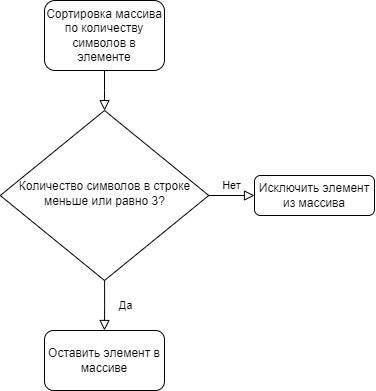
Earlier version of the draw.io export Блок схема.png (magnetic2288/r2). Source tidied: cells renumbered, new cells last; positions are measured from the earlier drawing's top-left corner, leaving out a move shared by most shapes.
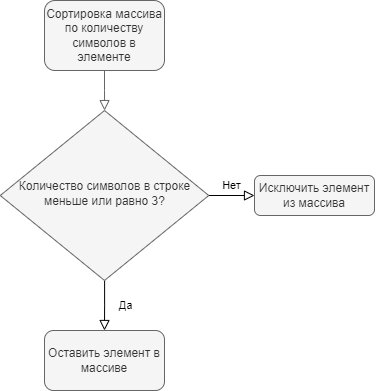
Above is the later version.

What changed in the source:
```diff
@@ -2,10 +2,10 @@
   <root>
     <mxCell id="0" />
     <mxCell id="1" parent="0" />
-    <mxCell id="2" style="rounded=0;html=1;jettySize=auto;fontSize=11;endArrow=block;endFill=0;endSize=8;strokeWidth=1;shadow=0;labelBackgroundColor=none;edgeStyle=orthogonalEdgeStyle;" parent="1" edge="1" source="3" target="7">
+    <mxCell id="2" style="rounded=0;html=1;jettySize=auto;fontSize=11;endArrow=block;endFill=0;endSize=8;strokeWidth=1;shadow=0;labelBackgroundColor=none;edgeStyle=orthogonalEdgeStyle;fillColor=#f5f5f5;strokeColor=#666666;" parent="1" edge="1" source="3" target="7">
       <mxGeometry relative="1" as="geometry" />
     </mxCell>
-    <mxCell id="3" value="Сортировка массива по количеству символов в элементе" style="rounded=1;whiteSpace=wrap;html=1;fontSize=12;glass=0;strokeWidth=1;shadow=0;" parent="1" vertex="1">
+    <mxCell id="3" value="Сортировка массива по количеству символов в элементе" style="rounded=1;whiteSpace=wrap;html=1;fontSize=12;glass=0;strokeWidth=1;shadow=0;fillColor=#f5f5f5;fontColor=#333333;strokeColor=#666666;" parent="1" vertex="1">
       <mxGeometry x="44" width="120" height="70" as="geometry" />
     </mxCell>
     <mxCell id="4" value="Да" style="rounded=0;html=1;jettySize=auto;fontSize=11;endArrow=block;endFill=0;endSize=8;strokeWidth=1;shadow=0;labelBackgroundColor=none;edgeStyle=orthogonalEdgeStyle;" parent="1" edge="1" source="7">
@@ -19,13 +19,13 @@
     <mxCell id="6" style="edgeStyle=orthogonalEdgeStyle;rounded=0;orthogonalLoop=1;jettySize=auto;html=1;exitX=1;exitY=1;exitDx=0;exitDy=0;entryX=1;entryY=1;entryDx=0;entryDy=0;" parent="1" edge="1" source="7" target="7">
       <mxGeometry relative="1" as="geometry" />
     </mxCell>
-    <mxCell id="7" value="Количество символов в строке меньше или равно 3?" style="rhombus;whiteSpace=wrap;html=1;shadow=0;fontFamily=Helvetica;fontSize=12;align=center;strokeWidth=1;spacing=6;spacingTop=-4;" parent="1" vertex="1">
+    <mxCell id="7" value="Количество символов в строке меньше или равно 3?" style="rhombus;whiteSpace=wrap;html=1;shadow=0;fontFamily=Helvetica;fontSize=12;align=center;strokeWidth=1;spacing=6;spacingTop=-4;fillColor=#f5f5f5;strokeColor=#666666;fontColor=#333333;" parent="1" vertex="1">
       <mxGeometry x="-0.2" y="110" width="208.5" height="170" as="geometry" />
     </mxCell>
-    <mxCell id="8" value="Исключить элемент из массива" style="rounded=1;whiteSpace=wrap;html=1;fontSize=12;glass=0;strokeWidth=1;shadow=0;" parent="1" vertex="1">
+    <mxCell id="8" value="Исключить элемент из массива" style="rounded=1;whiteSpace=wrap;html=1;fontSize=12;glass=0;strokeWidth=1;shadow=0;fillColor=#f5f5f5;fontColor=#333333;strokeColor=#666666;" parent="1" vertex="1">
       <mxGeometry x="254" y="175" width="120" height="40" as="geometry" />
     </mxCell>
-    <mxCell id="9" value="Оставить элемент в массиве" style="rounded=1;whiteSpace=wrap;html=1;" parent="1" vertex="1">
+    <mxCell id="9" value="Оставить элемент в массиве" style="rounded=1;whiteSpace=wrap;html=1;fillColor=#f5f5f5;fontColor=#333333;strokeColor=#666666;" parent="1" vertex="1">
       <mxGeometry x="44" y="330" width="120" height="60" as="geometry" />
     </mxCell>
   </root>
```
